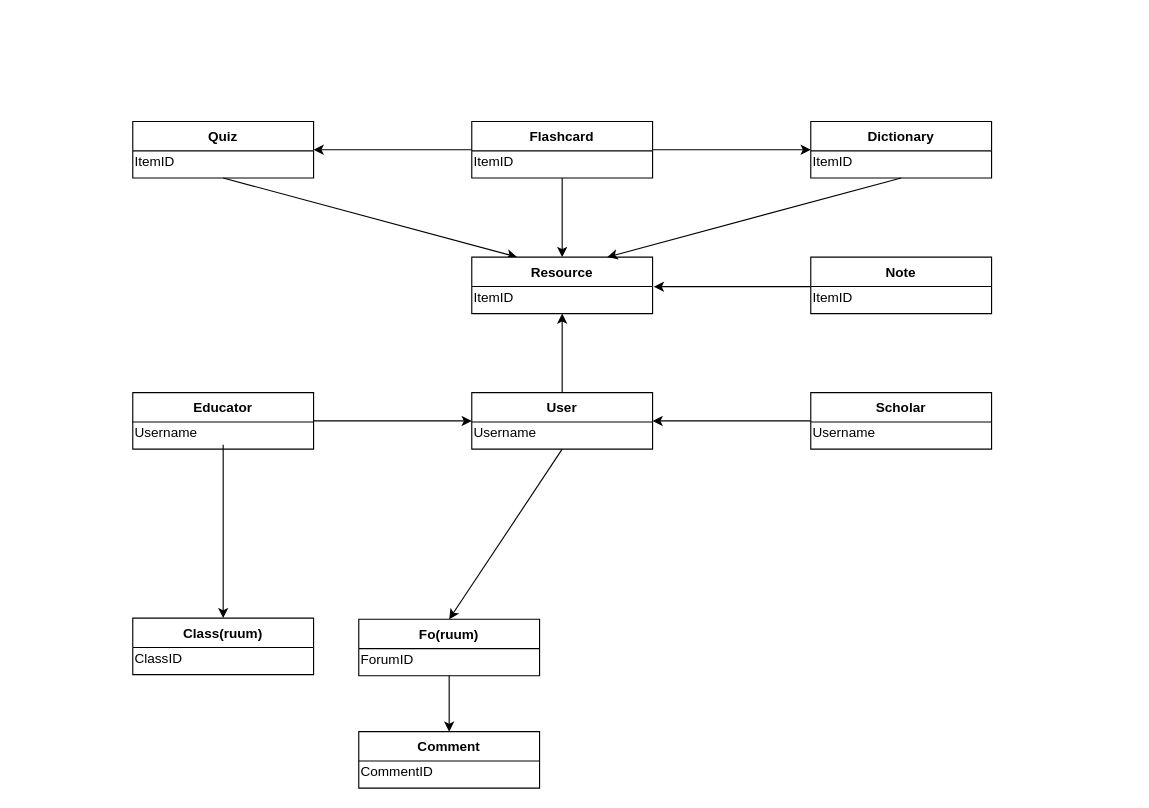
LachlanSmith1/Studioruum keeps this draw.io diagram as Design/01_global_logical_data_model.drawio. Above is the earlier version. Source tidied: cells renumbered, new cells numbered last; positions are measured from the earlier drawing's top-left corner, leaving out a move shared by most shapes. Both pictures are drawn from the tidied source at 113%, with x=0, y=0 at pixel (132, 121).
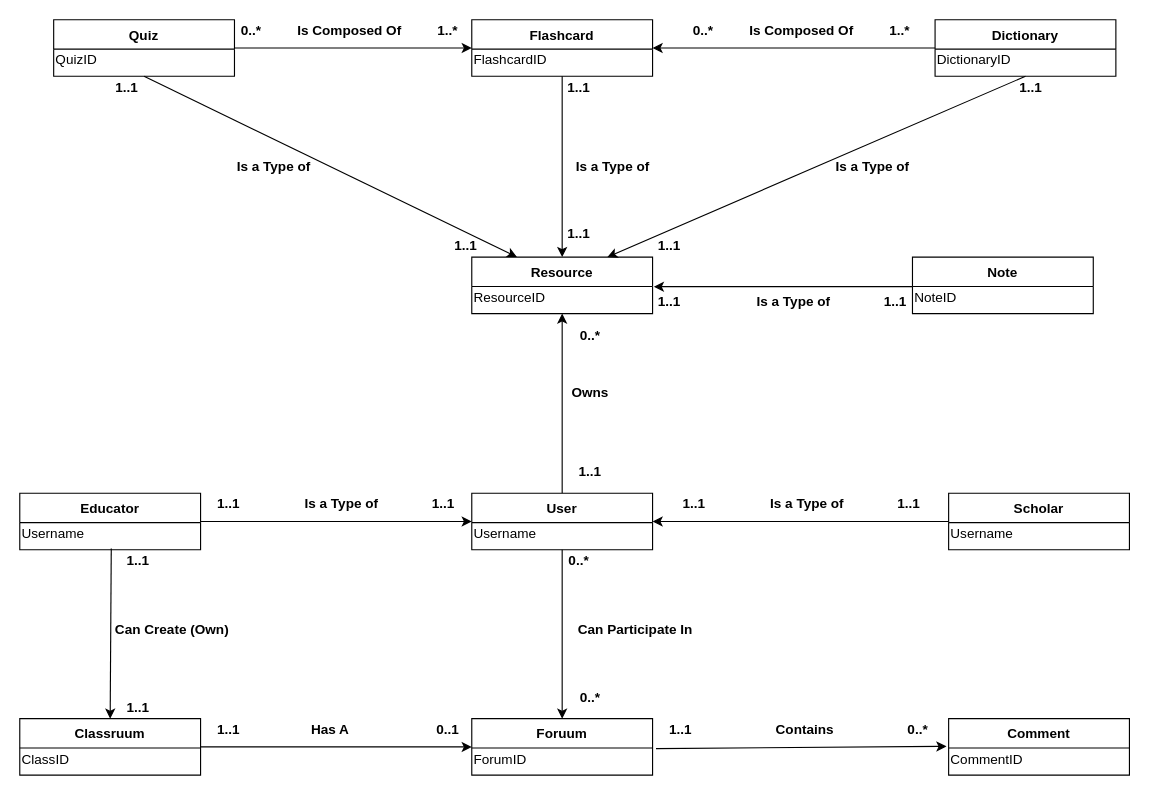
The same page after the edit.

Commit message (it also covers changes not shown here):
Updated Data Model

Unchanged cells that the change refers to:
```xml
<mxCell id="6" value="Username" style="text;html=1;align=left;verticalAlign=middle;points=[];" parent="5" vertex="1">
  <mxGeometry y="26" width="160" height="20" as="geometry" />
</mxCell>
<mxCell id="16" value="ForumID" style="text;html=1;align=left;verticalAlign=middle;points=[];" parent="15" vertex="1">
  <mxGeometry y="26" width="160" height="20" as="geometry" />
</mxCell>
<mxCell id="18" value="CommentID" style="text;html=1;align=left;verticalAlign=middle;points=[];" parent="17" vertex="1">
  <mxGeometry y="26" width="160" height="20" as="geometry" />
</mxCell>
<mxCell id="28" value="Resource" style="swimlane;fontStyle=1;horizontal=1;startSize=26;rounded=0;shadow=0;strokeWidth=1;" parent="1" vertex="1">
  <mxGeometry x="300" y="120" width="160" height="50" as="geometry" />
</mxCell>
```

The edit, as a diff of the source:
```diff
@@
     <mxCell id="3" value="Scholar" style="swimlane;fontStyle=1;horizontal=1;startSize=26;rounded=0;shadow=0;strokeWidth=1;" parent="1" vertex="1">
-      <mxGeometry x="600" y="240" width="160" height="50" as="geometry" />
+      <mxGeometry x="722" y="329" width="160" height="50" as="geometry" />
     </mxCell>
@@
     <mxCell id="5" value="Educator" style="swimlane;fontStyle=1;horizontal=1;startSize=26;rounded=0;shadow=0;strokeWidth=1;" parent="1" vertex="1">
-      <mxGeometry y="240" width="160" height="50" as="geometry" />
+      <mxGeometry x="-100" y="329" width="160" height="50" as="geometry" />
     </mxCell>
@@
     <mxCell id="7" value="Flashcard" style="swimlane;fontStyle=1;horizontal=1;startSize=26;rounded=0;shadow=0;strokeWidth=1;" parent="1" vertex="1">
-      <mxGeometry x="300" width="160" height="50" as="geometry" />
+      <mxGeometry x="300" y="-90" width="160" height="50" as="geometry" />
     </mxCell>
-    <mxCell id="8" value="ItemID" style="text;html=1;align=left;verticalAlign=middle;" parent="7" vertex="1">
+    <mxCell id="8" value="FlashcardID" style="text;html=1;align=left;verticalAlign=middle;" parent="7" vertex="1">
       <mxGeometry y="26" width="160" height="20" as="geometry" />
     </mxCell>
     <mxCell id="9" value="Note" style="swimlane;fontStyle=1;horizontal=1;startSize=26;rounded=0;shadow=0;strokeWidth=1;" parent="1" vertex="1">
-      <mxGeometry x="600" y="120" width="160" height="50" as="geometry" />
+      <mxGeometry x="690" y="120" width="160" height="50" as="geometry" />
     </mxCell>
-    <mxCell id="10" value="ItemID" style="text;html=1;align=left;verticalAlign=middle;points=[];" parent="9" vertex="1">
+    <mxCell id="10" value="NoteID" style="text;html=1;align=left;verticalAlign=middle;points=[];" parent="9" vertex="1">
       <mxGeometry y="26" width="160" height="20" as="geometry" />
     </mxCell>
     <mxCell id="11" value="Dictionary" style="swimlane;fontStyle=1;horizontal=1;startSize=26;rounded=0;shadow=0;strokeWidth=1;" parent="1" vertex="1">
-      <mxGeometry x="600" width="160" height="50" as="geometry" />
+      <mxGeometry x="710" y="-90" width="160" height="50" as="geometry" />
     </mxCell>
-    <mxCell id="12" value="ItemID" style="text;html=1;align=left;verticalAlign=middle;" parent="11" vertex="1">
+    <mxCell id="12" value="DictionaryID" style="text;html=1;align=left;verticalAlign=middle;" parent="11" vertex="1">
       <mxGeometry y="26" width="160" height="20" as="geometry" />
     </mxCell>
-    <mxCell id="13" value="Class(ruum)" style="swimlane;fontStyle=1;horizontal=1;startSize=26;rounded=0;shadow=0;strokeWidth=1;" parent="1" vertex="1">
-      <mxGeometry y="439.5" width="160" height="50" as="geometry" />
+    <mxCell id="13" value="Classruum" style="swimlane;fontStyle=1;horizontal=1;startSize=26;rounded=0;shadow=0;strokeWidth=1;" parent="1" vertex="1">
+      <mxGeometry x="-100" y="528.5" width="160" height="50" as="geometry" />
     </mxCell>
@@
-    <mxCell id="15" value="Fo(ruum)" style="swimlane;fontStyle=1;horizontal=1;startSize=26;rounded=0;shadow=0;strokeWidth=1;" parent="1" vertex="1">
-      <mxGeometry x="200" y="440.5" width="160" height="50" as="geometry" />
+    <mxCell id="15" value="Foruum" style="swimlane;fontStyle=1;horizontal=1;startSize=26;rounded=0;shadow=0;strokeWidth=1;" parent="1" vertex="1">
+      <mxGeometry x="300" y="528.5" width="160" height="50" as="geometry" />
     </mxCell>
@@
     <mxCell id="17" value="Comment" style="swimlane;fontStyle=1;horizontal=1;startSize=26;rounded=0;shadow=0;strokeWidth=1;" parent="1" vertex="1">
-      <mxGeometry x="200" y="540" width="160" height="50" as="geometry" />
+      <mxGeometry x="722" y="528.5" width="160" height="50" as="geometry" />
     </mxCell>
@@
-    <mxCell id="19" style="edgeStyle=none;rounded=0;jettySize=auto;html=1;entryX=0;entryY=0.5;entryDx=0;entryDy=0;startArrow=classic;startFill=1;endArrow=none;endFill=0;" parent="1" edge="1" source="20" target="7">
+    <mxCell id="19" style="edgeStyle=none;rounded=0;jettySize=auto;html=1;entryX=0;entryY=0.5;entryDx=0;entryDy=0;startArrow=none;startFill=0;endArrow=classic;endFill=1;" parent="1" edge="1" source="20" target="7">
       <mxGeometry relative="1" as="geometry" />
     </mxCell>
     <mxCell id="20" value="Quiz" style="swimlane;fontStyle=1;horizontal=1;startSize=26;rounded=0;shadow=0;strokeWidth=1;" parent="1" vertex="1">
-      <mxGeometry width="160" height="50" as="geometry" />
+      <mxGeometry x="-70" y="-90" width="160" height="50" as="geometry" />
     </mxCell>
@@
-    <mxCell id="22" value="ItemID" style="text;html=1;align=left;verticalAlign=middle;" parent="20" vertex="1">
+    <mxCell id="22" value="QuizID" style="text;html=1;align=left;verticalAlign=middle;" parent="20" vertex="1">
       <mxGeometry y="26" width="160" height="20" as="geometry" />
     </mxCell>
@@
     <mxCell id="25" value="User" style="swimlane;fontStyle=1;horizontal=1;startSize=26;rounded=0;shadow=0;strokeWidth=1;" parent="1" vertex="1">
-      <mxGeometry x="300" y="240" width="160" height="50" as="geometry" />
+      <mxGeometry x="300" y="329" width="160" height="50" as="geometry" />
     </mxCell>
@@
-    <mxCell id="29" value="ItemID" style="text;html=1;align=left;verticalAlign=middle;points=[];" parent="28" vertex="1">
+    <mxCell id="29" value="ResourceID" style="text;html=1;align=left;verticalAlign=middle;points=[];" parent="28" vertex="1">
       <mxGeometry y="26" width="160" height="20" as="geometry" />
     </mxCell>
@@
-    <mxCell id="31" style="endArrow=classic;html=1;entryX=0.5;entryY=0;entryDx=0;entryDy=0;exitX=0.5;exitY=1;exitDx=0;exitDy=0;endFill=1;" parent="1" edge="1" source="7" target="28">
+    <mxCell id="31" style="endArrow=classic;entryX=0.5;entryY=0;entryDx=0;entryDy=0;exitX=0.5;exitY=1;exitDx=0;exitDy=0;endFill=1;html=1;" parent="1" edge="1" source="7" target="28">
       <mxGeometry relative="1" as="geometry" />
     </mxCell>
-    <mxCell id="32" style="edgeStyle=none;rounded=0;jettySize=auto;html=1;startArrow=classic;startFill=1;endArrow=none;endFill=0;entryX=1;entryY=0.5;entryDx=0;entryDy=0;exitX=0;exitY=0.5;exitDx=0;exitDy=0;" parent="1" edge="1" source="11" target="7">
+    <mxCell id="32" style="edgeStyle=none;rounded=0;jettySize=auto;html=1;startArrow=none;startFill=0;endArrow=classic;endFill=1;entryX=1;entryY=0.5;entryDx=0;entryDy=0;exitX=0;exitY=0.5;exitDx=0;exitDy=0;" parent="1" edge="1" source="11" target="7">
       <mxGeometry relative="1" as="geometry" />
     </mxCell>
-    <mxCell id="33" style="edgeStyle=none;rounded=0;jettySize=auto;html=1;entryX=0.5;entryY=0;entryDx=0;entryDy=0;startArrow=none;startFill=0;endArrow=classic;endFill=1;" parent="1" edge="1" source="6" target="13">
+    <mxCell id="33" style="edgeStyle=none;rounded=0;jettySize=auto;html=1;entryX=0.5;entryY=0;entryDx=0;entryDy=0;startArrow=none;startFill=0;endArrow=classic;endFill=1;exitX=0.506;exitY=1.15;exitDx=0;exitDy=0;exitPerimeter=0;" parent="1" edge="1" source="6" target="13">
       <mxGeometry relative="1" as="geometry" />
     </mxCell>
@@
-    <mxCell id="35" style="edgeStyle=none;rounded=0;jettySize=auto;html=1;entryX=0.5;entryY=0;entryDx=0;entryDy=0;startArrow=none;startFill=0;endArrow=classic;endFill=1;exitX=0.5;exitY=1;exitDx=0;exitDy=0;" parent="1" edge="1" source="15" target="17">
+    <mxCell id="35" style="edgeStyle=none;rounded=0;jettySize=auto;html=1;entryX=-0.012;entryY=-0.075;entryDx=0;entryDy=0;startArrow=none;startFill=0;endArrow=classic;endFill=1;exitX=1.019;exitY=0.025;exitDx=0;exitDy=0;exitPerimeter=0;entryPerimeter=0;" parent="1" edge="1" source="16" target="18">
       <mxGeometry relative="1" as="geometry" />
     </mxCell>
+    <mxCell id="36" style="edgeStyle=none;rounded=0;jettySize=auto;html=1;entryX=0;entryY=0.5;entryDx=0;entryDy=0;startArrow=none;startFill=0;endArrow=classic;endFill=1;exitX=1;exitY=0.5;exitDx=0;exitDy=0;" parent="1" edge="1" source="13" target="15">
+      <mxGeometry relative="1" as="geometry" />
+    </mxCell>
+    <mxCell id="37" value="&lt;b&gt;Is a Type of&lt;/b&gt;" style="text;html=1;strokeColor=none;fillColor=none;align=center;verticalAlign=middle;whiteSpace=wrap;rounded=0;" parent="1" vertex="1">
+      <mxGeometry x="390" y="30" width="70" height="20" as="geometry" />
+    </mxCell>
+    <mxCell id="38" value="&lt;b&gt;Is a Type of&lt;/b&gt;" style="text;html=1;strokeColor=none;fillColor=none;align=center;verticalAlign=middle;whiteSpace=wrap;rounded=0;" parent="1" vertex="1">
+      <mxGeometry x="620" y="30" width="70" height="20" as="geometry" />
+    </mxCell>
+    <mxCell id="39" value="&lt;b&gt;Is a Type of&lt;/b&gt;" style="text;html=1;strokeColor=none;fillColor=none;align=center;verticalAlign=middle;whiteSpace=wrap;rounded=0;" parent="1" vertex="1">
+      <mxGeometry x="550" y="150" width="70" height="20" as="geometry" />
+    </mxCell>
+    <mxCell id="40" value="&lt;b&gt;Is a Type of&lt;/b&gt;" style="text;html=1;strokeColor=none;fillColor=none;align=center;verticalAlign=middle;whiteSpace=wrap;rounded=0;" parent="1" vertex="1">
+      <mxGeometry x="90" y="30" width="70" height="20" as="geometry" />
+    </mxCell>
+    <mxCell id="41" value="&lt;b&gt;1..1&lt;/b&gt;" style="text;html=1;strokeColor=none;fillColor=none;align=center;verticalAlign=middle;whiteSpace=wrap;rounded=0;" parent="1" vertex="1">
+      <mxGeometry x="360" y="90" width="70" height="20" as="geometry" />
+    </mxCell>
+    <mxCell id="42" value="&lt;b&gt;1..1&lt;/b&gt;" style="text;html=1;strokeColor=none;fillColor=none;align=center;verticalAlign=middle;whiteSpace=wrap;rounded=0;" parent="1" vertex="1">
+      <mxGeometry x="360" y="-40" width="70" height="20" as="geometry" />
+    </mxCell>
+    <mxCell id="43" value="&lt;b&gt;1..1&lt;/b&gt;" style="text;html=1;strokeColor=none;fillColor=none;align=center;verticalAlign=middle;whiteSpace=wrap;rounded=0;" parent="1" vertex="1">
+      <mxGeometry x="-40" y="-40" width="70" height="20" as="geometry" />
+    </mxCell>
+    <mxCell id="44" value="&lt;b&gt;1..1&lt;/b&gt;" style="text;html=1;strokeColor=none;fillColor=none;align=center;verticalAlign=middle;whiteSpace=wrap;rounded=0;" parent="1" vertex="1">
+      <mxGeometry x="260" y="100" width="70" height="20" as="geometry" />
+    </mxCell>
+    <mxCell id="45" value="&lt;b&gt;1..1&lt;/b&gt;" style="text;html=1;strokeColor=none;fillColor=none;align=center;verticalAlign=middle;whiteSpace=wrap;rounded=0;" parent="1" vertex="1">
+      <mxGeometry x="760" y="-40" width="70" height="20" as="geometry" />
+    </mxCell>
+    <mxCell id="46" value="&lt;b&gt;1..1&lt;/b&gt;" style="text;html=1;strokeColor=none;fillColor=none;align=center;verticalAlign=middle;whiteSpace=wrap;rounded=0;" parent="1" vertex="1">
+      <mxGeometry x="440" y="100" width="70" height="20" as="geometry" />
+    </mxCell>
+    <mxCell id="47" value="&lt;b&gt;1..1&lt;/b&gt;" style="text;html=1;strokeColor=none;fillColor=none;align=center;verticalAlign=middle;whiteSpace=wrap;rounded=0;" parent="1" vertex="1">
+      <mxGeometry x="440" y="150" width="70" height="20" as="geometry" />
+    </mxCell>
+    <mxCell id="48" value="&lt;b&gt;1..1&lt;/b&gt;" style="text;html=1;strokeColor=none;fillColor=none;align=center;verticalAlign=middle;whiteSpace=wrap;rounded=0;" parent="1" vertex="1">
+      <mxGeometry x="640" y="150" width="70" height="20" as="geometry" />
+    </mxCell>
+    <mxCell id="49" value="&lt;b&gt;Is Composed Of&lt;/b&gt;" style="text;html=1;strokeColor=none;fillColor=none;align=center;verticalAlign=middle;whiteSpace=wrap;rounded=0;" parent="1" vertex="1">
+      <mxGeometry x="140" y="-90" width="104" height="20" as="geometry" />
+    </mxCell>
+    <mxCell id="50" value="&lt;b&gt;1..*&lt;/b&gt;" style="text;html=1;strokeColor=none;fillColor=none;align=center;verticalAlign=middle;whiteSpace=wrap;rounded=0;" parent="1" vertex="1">
+      <mxGeometry x="244" y="-90" width="70" height="20" as="geometry" />
+    </mxCell>
+    <mxCell id="51" value="&lt;b&gt;0..*&lt;/b&gt;" style="text;html=1;strokeColor=none;fillColor=none;align=center;verticalAlign=middle;whiteSpace=wrap;rounded=0;" parent="1" vertex="1">
+      <mxGeometry x="70" y="-90" width="70" height="20" as="geometry" />
+    </mxCell>
+    <mxCell id="52" value="&lt;b&gt;Is Composed Of&lt;/b&gt;" style="text;html=1;strokeColor=none;fillColor=none;align=center;verticalAlign=middle;whiteSpace=wrap;rounded=0;" parent="1" vertex="1">
+      <mxGeometry x="540" y="-90" width="104" height="20" as="geometry" />
+    </mxCell>
+    <mxCell id="53" value="&lt;b&gt;1..*&lt;/b&gt;" style="text;html=1;strokeColor=none;fillColor=none;align=center;verticalAlign=middle;whiteSpace=wrap;rounded=0;" parent="1" vertex="1">
+      <mxGeometry x="644" y="-90" width="70" height="20" as="geometry" />
+    </mxCell>
+    <mxCell id="54" value="&lt;b&gt;0..*&lt;/b&gt;" style="text;html=1;strokeColor=none;fillColor=none;align=center;verticalAlign=middle;whiteSpace=wrap;rounded=0;" parent="1" vertex="1">
+      <mxGeometry x="470" y="-90" width="70" height="20" as="geometry" />
+    </mxCell>
+    <mxCell id="55" value="&lt;b&gt;0..*&lt;/b&gt;" style="text;html=1;strokeColor=none;fillColor=none;align=center;verticalAlign=middle;whiteSpace=wrap;rounded=0;" parent="1" vertex="1">
+      <mxGeometry x="370" y="180" width="70" height="20" as="geometry" />
+    </mxCell>
+    <mxCell id="56" value="&lt;b&gt;1..1&lt;/b&gt;" style="text;html=1;strokeColor=none;fillColor=none;align=center;verticalAlign=middle;whiteSpace=wrap;rounded=0;" parent="1" vertex="1">
+      <mxGeometry x="370" y="300" width="70" height="20" as="geometry" />
+    </mxCell>
+    <mxCell id="57" value="&lt;b&gt;Owns&lt;/b&gt;" style="text;html=1;strokeColor=none;fillColor=none;align=center;verticalAlign=middle;whiteSpace=wrap;rounded=0;" parent="1" vertex="1">
+      <mxGeometry x="370" y="230" width="70" height="20" as="geometry" />
+    </mxCell>
+    <mxCell id="58" value="&lt;b&gt;Is a Type of&lt;/b&gt;" style="text;html=1;strokeColor=none;fillColor=none;align=center;verticalAlign=middle;whiteSpace=wrap;rounded=0;" parent="1" vertex="1">
+      <mxGeometry x="150" y="329" width="70" height="20" as="geometry" />
+    </mxCell>
+    <mxCell id="59" value="&lt;b&gt;1..1&lt;/b&gt;" style="text;html=1;strokeColor=none;fillColor=none;align=center;verticalAlign=middle;whiteSpace=wrap;rounded=0;" parent="1" vertex="1">
+      <mxGeometry x="240" y="329" width="70" height="20" as="geometry" />
+    </mxCell>
+    <mxCell id="60" value="&lt;b&gt;1..1&lt;/b&gt;" style="text;html=1;strokeColor=none;fillColor=none;align=center;verticalAlign=middle;whiteSpace=wrap;rounded=0;" parent="1" vertex="1">
+      <mxGeometry x="50" y="329" width="70" height="20" as="geometry" />
+    </mxCell>
+    <mxCell id="61" value="&lt;b&gt;Is a Type of&lt;/b&gt;" style="text;html=1;strokeColor=none;fillColor=none;align=center;verticalAlign=middle;whiteSpace=wrap;rounded=0;" parent="1" vertex="1">
+      <mxGeometry x="562" y="329" width="70" height="20" as="geometry" />
+    </mxCell>
+    <mxCell id="62" value="&lt;b&gt;1..1&lt;/b&gt;" style="text;html=1;strokeColor=none;fillColor=none;align=center;verticalAlign=middle;whiteSpace=wrap;rounded=0;" parent="1" vertex="1">
+      <mxGeometry x="652" y="329" width="70" height="20" as="geometry" />
+    </mxCell>
+    <mxCell id="63" value="&lt;b&gt;1..1&lt;/b&gt;" style="text;html=1;strokeColor=none;fillColor=none;align=center;verticalAlign=middle;whiteSpace=wrap;rounded=0;" parent="1" vertex="1">
+      <mxGeometry x="462" y="329" width="70" height="20" as="geometry" />
+    </mxCell>
+    <mxCell id="64" value="&lt;b&gt;Can Participate In&lt;/b&gt;" style="text;html=1;strokeColor=none;fillColor=none;align=center;verticalAlign=middle;whiteSpace=wrap;rounded=0;" parent="1" vertex="1">
+      <mxGeometry x="390" y="440" width="110" height="20" as="geometry" />
+    </mxCell>
+    <mxCell id="65" value="&lt;b&gt;0..*&lt;/b&gt;" style="text;html=1;strokeColor=none;fillColor=none;align=center;verticalAlign=middle;whiteSpace=wrap;rounded=0;" parent="1" vertex="1">
+      <mxGeometry x="360" y="379" width="70" height="20" as="geometry" />
+    </mxCell>
+    <mxCell id="66" value="&lt;b&gt;0..*&lt;/b&gt;" style="text;html=1;strokeColor=none;fillColor=none;align=center;verticalAlign=middle;whiteSpace=wrap;rounded=0;" parent="1" vertex="1">
+      <mxGeometry x="370" y="500" width="70" height="20" as="geometry" />
+    </mxCell>
+    <mxCell id="67" value="&lt;b&gt;Can Create (Own)&lt;/b&gt;" style="text;html=1;strokeColor=none;fillColor=none;align=center;verticalAlign=middle;whiteSpace=wrap;rounded=0;" parent="1" vertex="1">
+      <mxGeometry x="-20" y="440" width="110" height="20" as="geometry" />
+    </mxCell>
+    <mxCell id="68" value="&lt;b&gt;1..1&lt;/b&gt;" style="text;html=1;strokeColor=none;fillColor=none;align=center;verticalAlign=middle;whiteSpace=wrap;rounded=0;" parent="1" vertex="1">
+      <mxGeometry x="-30" y="379" width="70" height="20" as="geometry" />
+    </mxCell>
+    <mxCell id="69" value="&lt;b&gt;1..1&lt;/b&gt;" style="text;html=1;strokeColor=none;fillColor=none;align=center;verticalAlign=middle;whiteSpace=wrap;rounded=0;" parent="1" vertex="1">
+      <mxGeometry x="-30" y="508.5" width="70" height="20" as="geometry" />
+    </mxCell>
+    <mxCell id="70" value="&lt;b&gt;Has A&lt;/b&gt;" style="text;html=1;strokeColor=none;fillColor=none;align=center;verticalAlign=middle;whiteSpace=wrap;rounded=0;" parent="1" vertex="1">
+      <mxGeometry x="120" y="528.5" width="110" height="20" as="geometry" />
+    </mxCell>
+    <mxCell id="71" value="&lt;b&gt;1..1&lt;/b&gt;" style="text;html=1;strokeColor=none;fillColor=none;align=center;verticalAlign=middle;whiteSpace=wrap;rounded=0;" parent="1" vertex="1">
+      <mxGeometry x="50" y="528.5" width="70" height="20" as="geometry" />
+    </mxCell>
+    <mxCell id="72" value="&lt;b&gt;0..1&lt;/b&gt;" style="text;html=1;strokeColor=none;fillColor=none;align=center;verticalAlign=middle;whiteSpace=wrap;rounded=0;" parent="1" vertex="1">
+      <mxGeometry x="244" y="528.5" width="70" height="20" as="geometry" />
+    </mxCell>
+    <mxCell id="73" value="&lt;b&gt;Contains&lt;/b&gt;" style="text;html=1;strokeColor=none;fillColor=none;align=center;verticalAlign=middle;whiteSpace=wrap;rounded=0;" parent="1" vertex="1">
+      <mxGeometry x="540" y="528.5" width="110" height="20" as="geometry" />
+    </mxCell>
+    <mxCell id="74" value="&lt;b&gt;1..1&lt;/b&gt;" style="text;html=1;strokeColor=none;fillColor=none;align=center;verticalAlign=middle;whiteSpace=wrap;rounded=0;" parent="1" vertex="1">
+      <mxGeometry x="450" y="528.5" width="70" height="20" as="geometry" />
+    </mxCell>
+    <mxCell id="75" value="&lt;b&gt;0..*&lt;/b&gt;" style="text;html=1;strokeColor=none;fillColor=none;align=center;verticalAlign=middle;whiteSpace=wrap;rounded=0;" parent="1" vertex="1">
+      <mxGeometry x="660" y="528.5" width="70" height="20" as="geometry" />
+    </mxCell>
```
